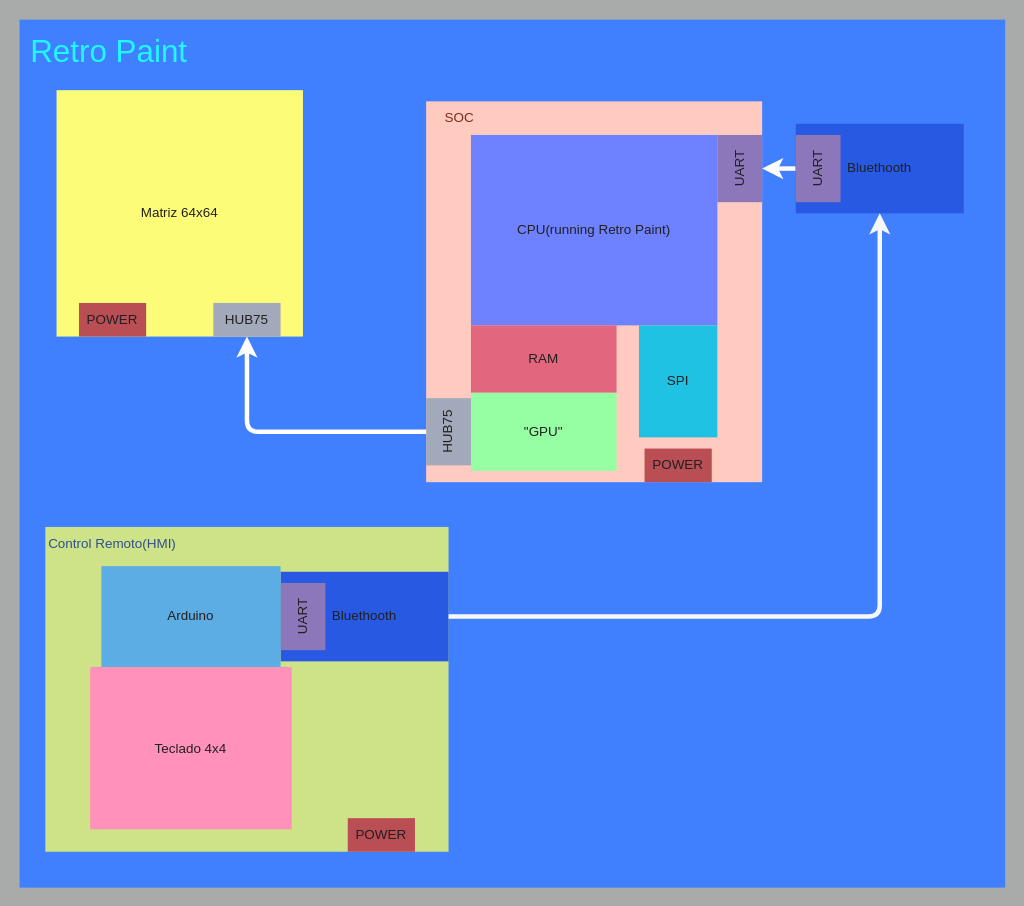
The draw.io diagram design/retro_paint/diagrams/bloques.drawio in safehehe/PTSD1, before the edit. Source tidied: cells renumbered, new cells numbered last; positions are measured from the earlier drawing's top-left corner, leaving out a move shared by most shapes. Both pictures are drawn from the tidied source at 112%, with x=0, y=0 at pixel (19, 19).
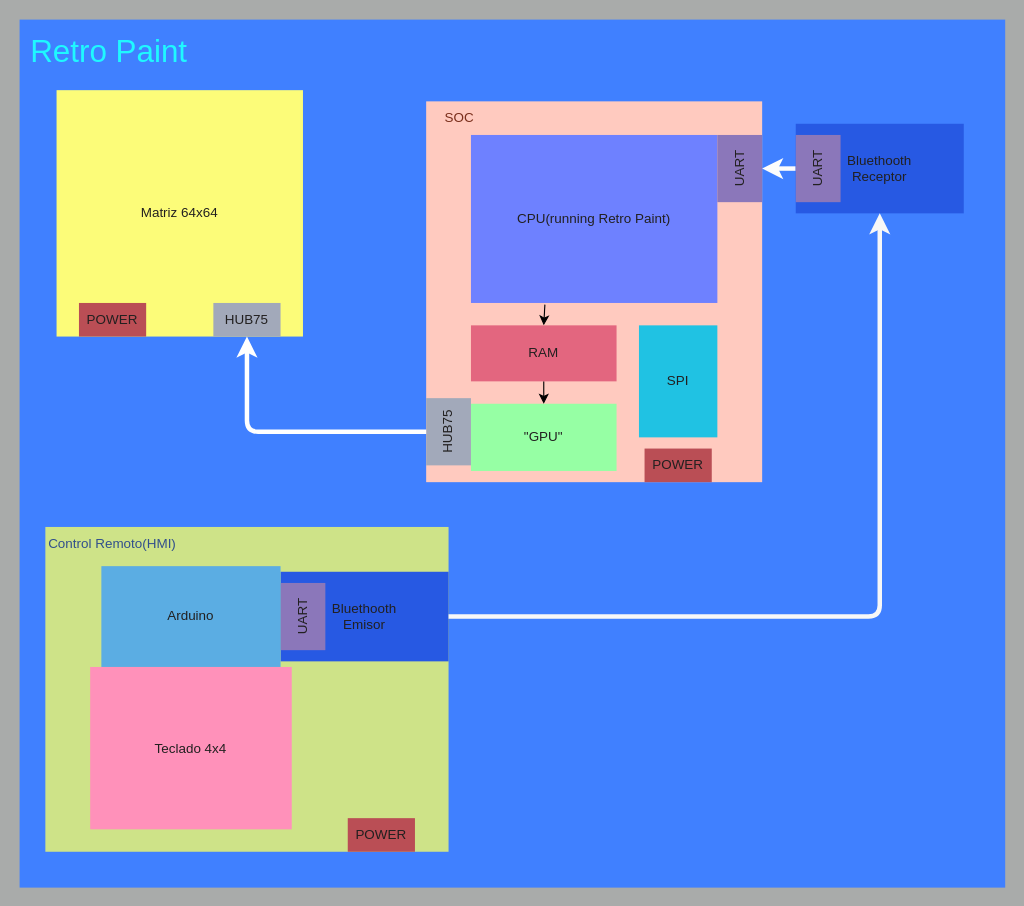
The same diagram, later.

Commit message:
Ajustes en el diagrama de bloques de Retro Paint para mejorar la disposición y la legibilidad

Unchanged cells that the change refers to:
```xml
<mxCell id="8" style="group;" parent="1" vertex="1">
  <mxGeometry x="363" y="73" width="300" height="350" as="geometry" />
</mxCell>
<mxCell id="20" style="group;" parent="1" vertex="1">
  <mxGeometry x="693" y="93" width="150" height="80" as="geometry" />
</mxCell>
<mxCell id="25" style="group;" parent="23" vertex="1">
  <mxGeometry x="210" y="40" width="150" height="80" as="geometry" />
</mxCell>
```

Diff of the diagram source:
```diff
@@
+    <mxCell id="33" style="edgeStyle=none;html=1;entryX=0.5;entryY=0;entryDx=0;entryDy=0;exitX=0.3;exitY=1.01;exitDx=0;exitDy=0;exitPerimeter=0;" parent="8" edge="1" source="10" target="16">
+      <mxGeometry relative="1" as="geometry" />
+    </mxCell>
     <mxCell id="10" value="CPU(running Retro Paint)" style="rounded=0;whiteSpace=wrap;html=1;labelBackgroundColor=none;strokeColor=none;strokeWidth=4;fontSize=12;fontColor=#222020;fillColor=#6E81FF;" parent="8" vertex="1">
-      <mxGeometry x="40" y="30" width="220" height="170" as="geometry" />
+      <mxGeometry x="40" y="30" width="220" height="150" as="geometry" />
     </mxCell>
     <mxCell id="11" value="&quot;GPU&quot;" style="rounded=0;whiteSpace=wrap;html=1;labelBackgroundColor=none;strokeColor=none;strokeWidth=4;fontSize=12;fontColor=#222020;fillColor=#96FFA4;" parent="8" vertex="1">
-      <mxGeometry x="40" y="260" width="130" height="70" as="geometry" />
+      <mxGeometry x="40" y="270" width="130" height="60" as="geometry" />
     </mxCell>
@@
+    <mxCell id="34" style="edgeStyle=none;html=1;" parent="8" edge="1" source="16" target="11">
+      <mxGeometry relative="1" as="geometry" />
+    </mxCell>
     <mxCell id="16" value="RAM" style="rounded=0;whiteSpace=wrap;html=1;labelBackgroundColor=none;strokeColor=none;strokeWidth=4;fontSize=12;fontColor=#222020;fillColor=#E3667F;" parent="8" vertex="1">
-      <mxGeometry x="40" y="200" width="130" height="60" as="geometry" />
+      <mxGeometry x="40" y="200" width="130" height="50" as="geometry" />
     </mxCell>
@@
-    <mxCell id="21" value="Bluethooth" style="rounded=0;whiteSpace=wrap;html=1;labelBackgroundColor=none;strokeColor=none;strokeWidth=4;fontSize=12;fontColor=#222020;fillColor=#2759E3;" parent="20" vertex="1">
+    <mxCell id="21" value="Bluethooth&lt;div&gt;Receptor&lt;/div&gt;" style="rounded=0;whiteSpace=wrap;html=1;labelBackgroundColor=none;strokeColor=none;strokeWidth=4;fontSize=12;fontColor=#222020;fillColor=#2759E3;" parent="20" vertex="1">
       <mxGeometry width="150" height="80" as="geometry" />
     </mxCell>
@@
-    <mxCell id="26" value="Bluethooth" style="rounded=0;whiteSpace=wrap;html=1;labelBackgroundColor=none;strokeColor=none;strokeWidth=4;fontSize=12;fontColor=#222020;fillColor=#2759E3;" parent="25" vertex="1">
+    <mxCell id="26" value="Bluethooth&lt;div&gt;Emisor&lt;/div&gt;" style="rounded=0;whiteSpace=wrap;html=1;labelBackgroundColor=none;strokeColor=none;strokeWidth=4;fontSize=12;fontColor=#222020;fillColor=#2759E3;" parent="25" vertex="1">
       <mxGeometry width="150" height="80" as="geometry" />
     </mxCell>
```
